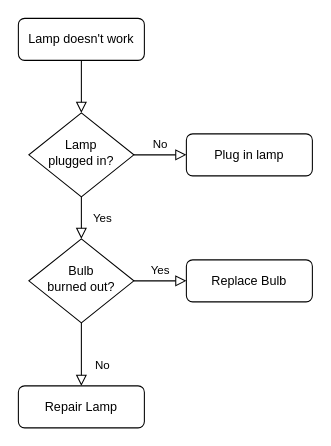
This is Diagramma senza titolo.drawio from Aknoia/Aknoia, a draw.io file, before an edit. Source tidied: cells renumbered, new cells numbered last; positions are measured from the earlier drawing's top-left corner, leaving out a move shared by most shapes. Both pictures are drawn from the tidied source at 105%, with x=0, y=0 at pixel (18, 18).
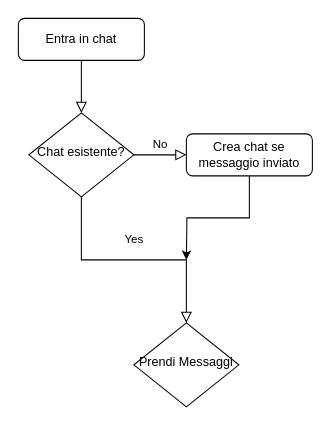
After the change.

What changed in the source:
```diff
@@
 <mxGraphModel>
   <root>
     <mxCell id="0" />
     <mxCell id="1" parent="0" />
     <mxCell id="2" style="rounded=0;html=1;jettySize=auto;fontSize=11;endArrow=block;endFill=0;endSize=8;strokeWidth=1;shadow=0;labelBackgroundColor=none;edgeStyle=orthogonalEdgeStyle;" parent="1" edge="1" source="3" target="6">
       <mxGeometry relative="1" as="geometry" />
     </mxCell>
-    <mxCell id="3" value="Lamp doesn't work" style="rounded=1;whiteSpace=wrap;html=1;fontSize=12;glass=0;strokeWidth=1;shadow=0;" parent="1" vertex="1">
+    <mxCell id="3" value="Entra in chat" style="rounded=1;whiteSpace=wrap;html=1;fontSize=12;glass=0;strokeWidth=1;shadow=0;" parent="1" vertex="1">
       <mxGeometry width="120" height="40" as="geometry" />
     </mxCell>
     <mxCell id="4" value="Yes" style="rounded=0;html=1;jettySize=auto;fontSize=11;endArrow=block;endFill=0;endSize=8;strokeWidth=1;shadow=0;labelBackgroundColor=none;edgeStyle=orthogonalEdgeStyle;" parent="1" edge="1" source="6" target="10">
       <mxGeometry y="20" relative="1" as="geometry" />
     </mxCell>
     <mxCell id="5" value="No" style="edgeStyle=orthogonalEdgeStyle;rounded=0;html=1;jettySize=auto;fontSize=11;endArrow=block;endFill=0;endSize=8;strokeWidth=1;shadow=0;labelBackgroundColor=none;" parent="1" edge="1" source="6" target="7">
       <mxGeometry y="10" relative="1" as="geometry" />
     </mxCell>
-    <mxCell id="6" value="Lamp&lt;br&gt;plugged in?" style="rhombus;whiteSpace=wrap;html=1;shadow=0;fontFamily=Helvetica;fontSize=12;align=center;strokeWidth=1;spacing=6;spacingTop=-4;" parent="1" vertex="1">
+    <mxCell id="6" value="Chat esistente?" style="rhombus;whiteSpace=wrap;html=1;shadow=0;fontFamily=Helvetica;fontSize=12;align=center;strokeWidth=1;spacing=6;spacingTop=-4;" parent="1" vertex="1">
       <mxGeometry x="10" y="90" width="100" height="80" as="geometry" />
     </mxCell>
+    <mxCell id="13" style="edgeStyle=orthogonalEdgeStyle;rounded=0;jettySize=auto;html=1;" parent="1" edge="1" source="7">
+      <mxGeometry relative="1" as="geometry">
+        <mxPoint x="160" y="230" as="targetPoint" />
+      </mxGeometry>
+    </mxCell>
-    <mxCell id="7" value="Plug in lamp" style="rounded=1;whiteSpace=wrap;html=1;fontSize=12;glass=0;strokeWidth=1;shadow=0;" parent="1" vertex="1">
+    <mxCell id="7" value="Crea chat se messaggio inviato" style="rounded=1;whiteSpace=wrap;html=1;fontSize=12;glass=0;strokeWidth=1;shadow=0;" parent="1" vertex="1">
       <mxGeometry x="160" y="110" width="120" height="40" as="geometry" />
     </mxCell>
-    <mxCell id="8" value="No" style="rounded=0;html=1;jettySize=auto;fontSize=11;endArrow=block;endFill=0;endSize=8;strokeWidth=1;shadow=0;labelBackgroundColor=none;edgeStyle=orthogonalEdgeStyle;" parent="1" edge="1" source="10" target="11">
-      <mxGeometry x="0.33" y="20" relative="1" as="geometry" />
-    </mxCell>
-    <mxCell id="9" value="Yes" style="edgeStyle=orthogonalEdgeStyle;rounded=0;html=1;jettySize=auto;fontSize=11;endArrow=block;endFill=0;endSize=8;strokeWidth=1;shadow=0;labelBackgroundColor=none;" parent="1" edge="1" source="10" target="12">
-      <mxGeometry y="10" relative="1" as="geometry" />
-    </mxCell>
-    <mxCell id="10" value="Bulb&lt;br&gt;burned out?" style="rhombus;whiteSpace=wrap;html=1;shadow=0;fontFamily=Helvetica;fontSize=12;align=center;strokeWidth=1;spacing=6;spacingTop=-4;" parent="1" vertex="1">
-      <mxGeometry x="10" y="210" width="100" height="80" as="geometry" />
+    <mxCell id="10" value="Prendi Messaggi" style="rhombus;whiteSpace=wrap;html=1;shadow=0;fontFamily=Helvetica;fontSize=12;align=center;strokeWidth=1;spacing=6;spacingTop=-4;" parent="1" vertex="1">
+      <mxGeometry x="110" y="290" width="100" height="80" as="geometry" />
     </mxCell>
-    <mxCell id="11" value="Repair Lamp" style="rounded=1;whiteSpace=wrap;html=1;fontSize=12;glass=0;strokeWidth=1;shadow=0;" parent="1" vertex="1">
-      <mxGeometry y="350" width="120" height="40" as="geometry" />
-    </mxCell>
-    <mxCell id="12" value="Replace Bulb" style="rounded=1;whiteSpace=wrap;html=1;fontSize=12;glass=0;strokeWidth=1;shadow=0;" parent="1" vertex="1">
-      <mxGeometry x="160" y="230" width="120" height="40" as="geometry" />
-    </mxCell>
   </root>
 </mxGraphModel>
```
